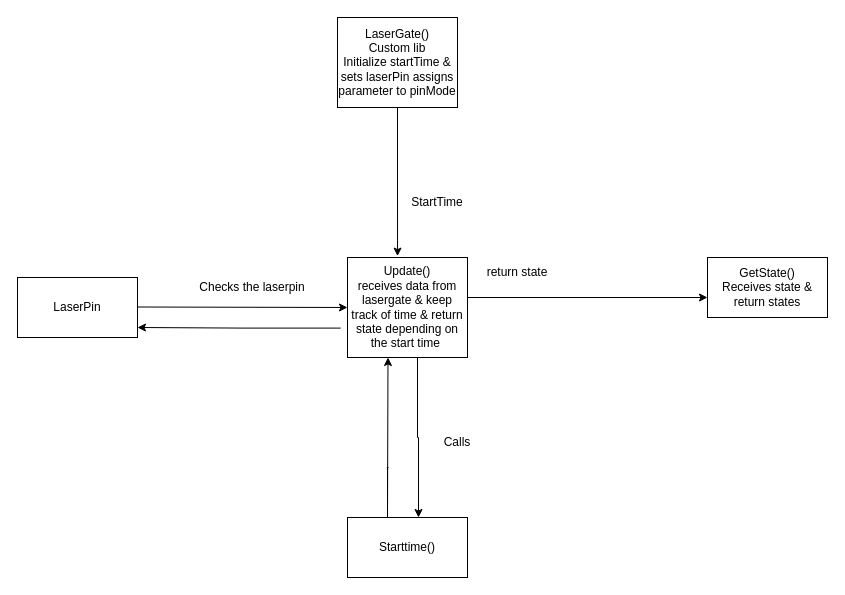
The draw.io diagram Diagrams/Lasergate.drawio in Daniel-Git-Hub/ENGG3000_T6, before the edit. Source tidied: cells renumbered, new cells numbered last; positions are measured from the earlier drawing's top-left corner, leaving out a move shared by most shapes. Both pictures are drawn from the tidied source at 100%, with x=0, y=0 at pixel (17, 17).
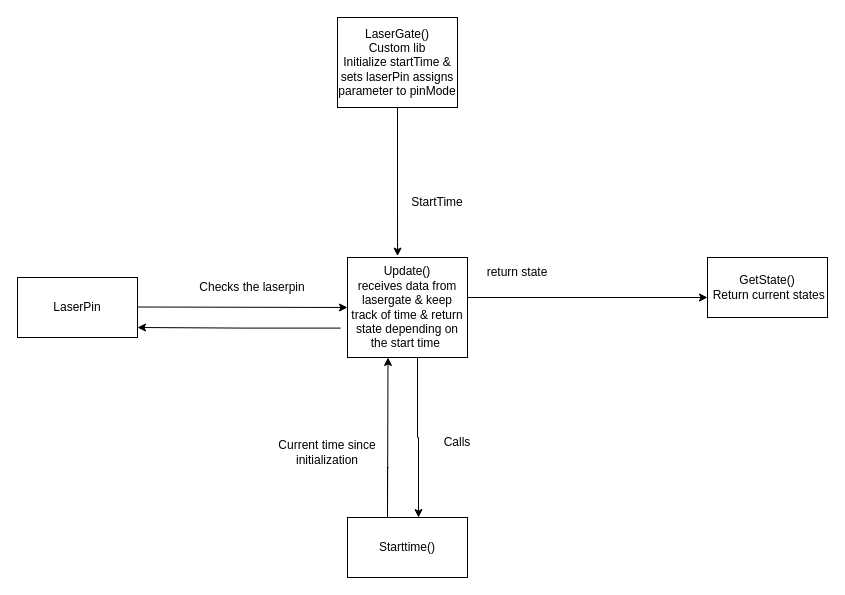
The same page after the edit.

Diff of the diagram source:
```diff
@@
-    <mxCell id="4" value="GetState()&lt;br&gt;Receives state &amp;amp; return states" style="rounded=0;whiteSpace=wrap;html=1;" parent="1" vertex="1">
+    <mxCell id="4" value="GetState()&lt;br&gt;&amp;nbsp;Return current states" style="rounded=0;whiteSpace=wrap;html=1;" parent="1" vertex="1">
       <mxGeometry x="690" y="240" width="120" height="60" as="geometry" />
     </mxCell>
@@
+    <mxCell id="17" value="Current time since initialization" style="text;html=1;strokeColor=none;fillColor=none;align=center;verticalAlign=middle;whiteSpace=wrap;rounded=0;" parent="1" vertex="1">
+      <mxGeometry x="260" y="420" width="100" height="30" as="geometry" />
+    </mxCell>
```
